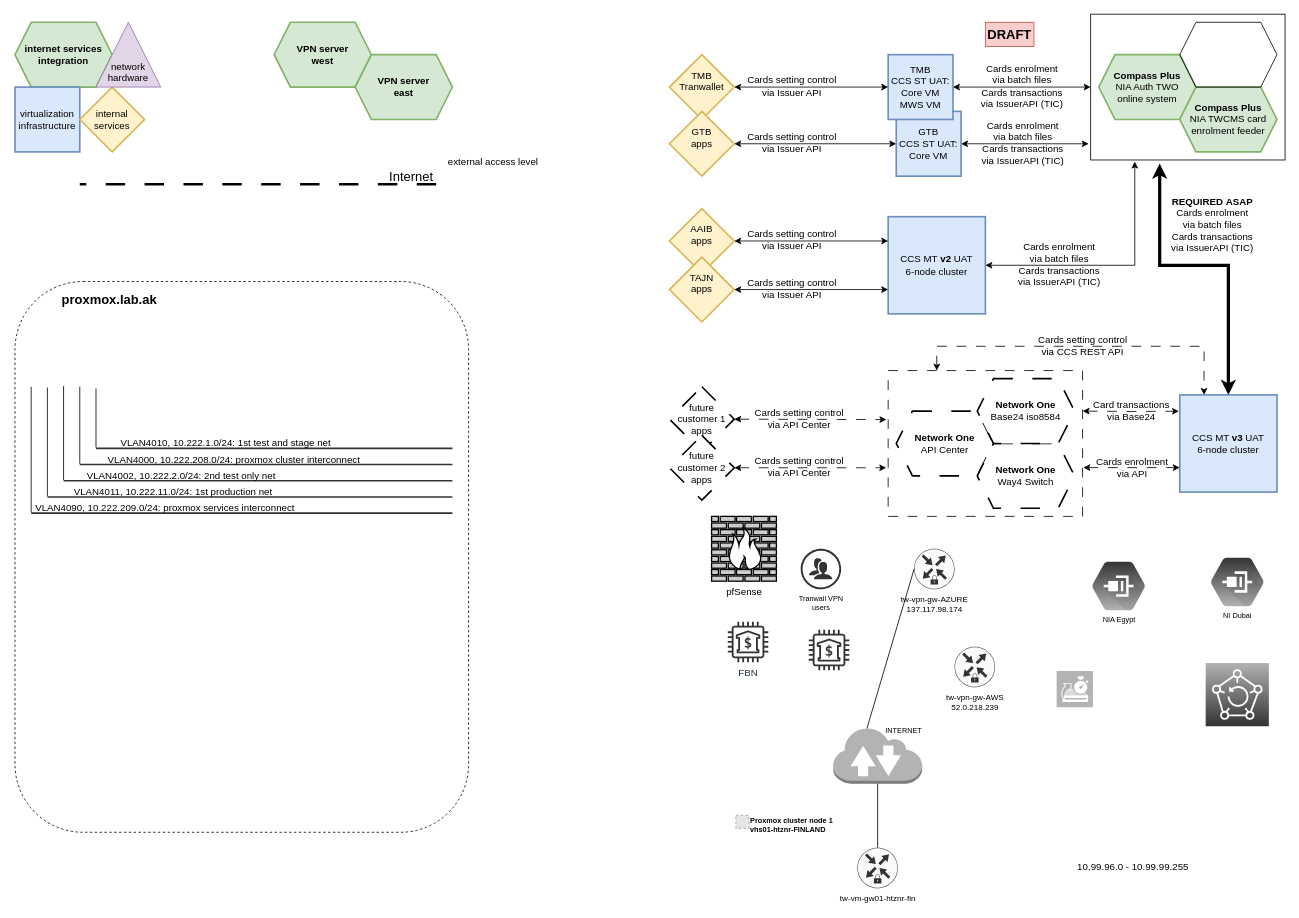
Before: lab.ak.drawio in 7ak/draw.io, a draw.io diagram. Source tidied: cells renumbered, new cells numbered last; positions are measured from the earlier drawing's top-left corner, leaving out a move shared by most shapes. Both pictures are drawn from the tidied source at 81%, with x=0, y=0 at pixel (15, 14). Pictures stored in the file or linked from it are replaced by grey dashed boxes.
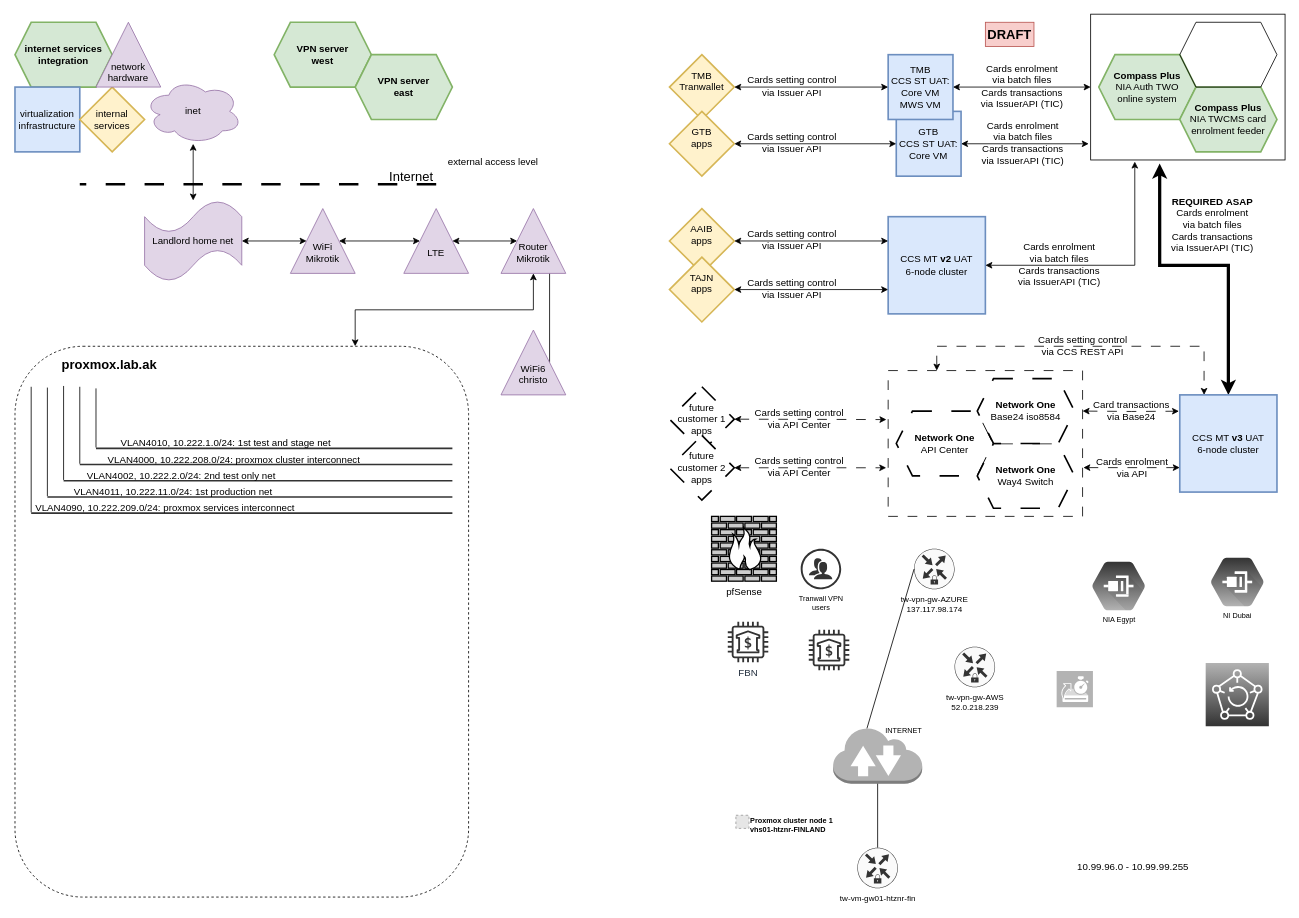
After the change.

Change to the diagram source:
```diff
@@
     <mxCell id="4" value="&lt;span style=&quot;text-wrap: nowrap;&quot;&gt;&lt;b&gt;proxmox.lab.ak&lt;/b&gt;&lt;/span&gt;" style="rounded=1;whiteSpace=wrap;html=1;fillColor=none;align=left;verticalAlign=top;dashed=1;spacingLeft=50;spacingRight=0;spacing=8;fontSize=16;" parent="1" vertex="1">
-      <mxGeometry y="330" width="560" height="680" as="geometry" />
+      <mxGeometry y="410" width="560" height="680" as="geometry" />
     </mxCell>
@@
+    <mxCell id="70" style="edgeStyle=orthogonalEdgeStyle;rounded=0;jettySize=auto;html=1;entryX=0.75;entryY=0;entryDx=0;entryDy=0;startArrow=classic;startFill=1;exitX=0;exitY=0.5;exitDx=0;exitDy=0;" parent="1" edge="1" source="81" target="4">
+      <mxGeometry relative="1" as="geometry" />
+    </mxCell>
+    <mxCell id="71" style="edgeStyle=orthogonalEdgeStyle;rounded=0;jettySize=auto;html=1;entryX=0.5;entryY=1;entryDx=0;entryDy=0;startArrow=classic;startFill=1;" parent="1" edge="1" source="72" target="74">
+      <mxGeometry relative="1" as="geometry" />
+    </mxCell>
+    <mxCell id="72" value="&lt;div&gt;&lt;br&gt;&lt;/div&gt;&lt;div&gt;&lt;br&gt;&lt;/div&gt;&lt;div&gt;LTE&lt;/div&gt;" style="triangle;whiteSpace=wrap;html=1;direction=north;fillColor=#e1d5e7;strokeColor=#9673a6;" parent="1" vertex="1">
+      <mxGeometry x="480" y="240" width="80" height="80" as="geometry" />
+    </mxCell>
+    <mxCell id="73" style="edgeStyle=orthogonalEdgeStyle;rounded=0;jettySize=auto;html=1;startArrow=classic;startFill=1;" parent="1" edge="1" source="74" target="76">
+      <mxGeometry relative="1" as="geometry" />
+    </mxCell>
+    <mxCell id="74" value="&lt;div&gt;&lt;br&gt;&lt;/div&gt;&lt;div&gt;&lt;br&gt;&lt;/div&gt;&lt;div&gt;WiFi&lt;/div&gt;&lt;div&gt;Mikrotik&lt;/div&gt;" style="triangle;whiteSpace=wrap;html=1;direction=north;fillColor=#e1d5e7;strokeColor=#9673a6;" parent="1" vertex="1">
+      <mxGeometry x="340" y="240" width="80" height="80" as="geometry" />
+    </mxCell>
+    <mxCell id="75" style="edgeStyle=orthogonalEdgeStyle;rounded=0;jettySize=auto;html=1;startArrow=classic;startFill=1;" parent="1" edge="1" source="76" target="77">
+      <mxGeometry relative="1" as="geometry" />
+    </mxCell>
+    <mxCell id="76" value="Landlord home net" style="shape=tape;whiteSpace=wrap;html=1;fillColor=#e1d5e7;strokeColor=#9673a6;" parent="1" vertex="1">
+      <mxGeometry x="160" y="230" width="120" height="100" as="geometry" />
+    </mxCell>
+    <mxCell id="77" value="inet" style="ellipse;shape=cloud;whiteSpace=wrap;html=1;fillColor=#e1d5e7;strokeColor=#9673a6;" parent="1" vertex="1">
+      <mxGeometry x="160" y="80" width="120" height="80" as="geometry" />
+    </mxCell>
+    <mxCell id="78" style="edgeStyle=orthogonalEdgeStyle;rounded=0;jettySize=auto;html=1;exitX=0.5;exitY=1;exitDx=0;exitDy=0;entryX=0.5;entryY=1;entryDx=0;entryDy=0;" parent="1" edge="1" source="79" target="81">
+      <mxGeometry relative="1" as="geometry" />
+    </mxCell>
+    <mxCell id="79" value="&lt;div&gt;&lt;br&gt;&lt;/div&gt;&lt;div&gt;&lt;br&gt;&lt;/div&gt;&lt;div&gt;WiFi6&lt;/div&gt;&lt;div&gt;christo&lt;/div&gt;" style="triangle;whiteSpace=wrap;html=1;direction=north;fillColor=#e1d5e7;strokeColor=#9673a6;" parent="1" vertex="1">
+      <mxGeometry x="600" y="390" width="80" height="80" as="geometry" />
+    </mxCell>
+    <mxCell id="80" style="edgeStyle=orthogonalEdgeStyle;rounded=0;jettySize=auto;html=1;exitX=0.5;exitY=0;exitDx=0;exitDy=0;startArrow=classic;startFill=1;" parent="1" edge="1" source="81" target="72">
+      <mxGeometry relative="1" as="geometry" />
+    </mxCell>
+    <mxCell id="81" value="&lt;div&gt;&lt;br&gt;&lt;/div&gt;&lt;div&gt;&lt;br&gt;&lt;/div&gt;&lt;div&gt;Router&lt;br&gt;Mikrotik&lt;/div&gt;" style="triangle;whiteSpace=wrap;html=1;direction=north;fillColor=#e1d5e7;strokeColor=#9673a6;" parent="1" vertex="1">
+      <mxGeometry x="600" y="240" width="80" height="80" as="geometry" />
+    </mxCell>
```
